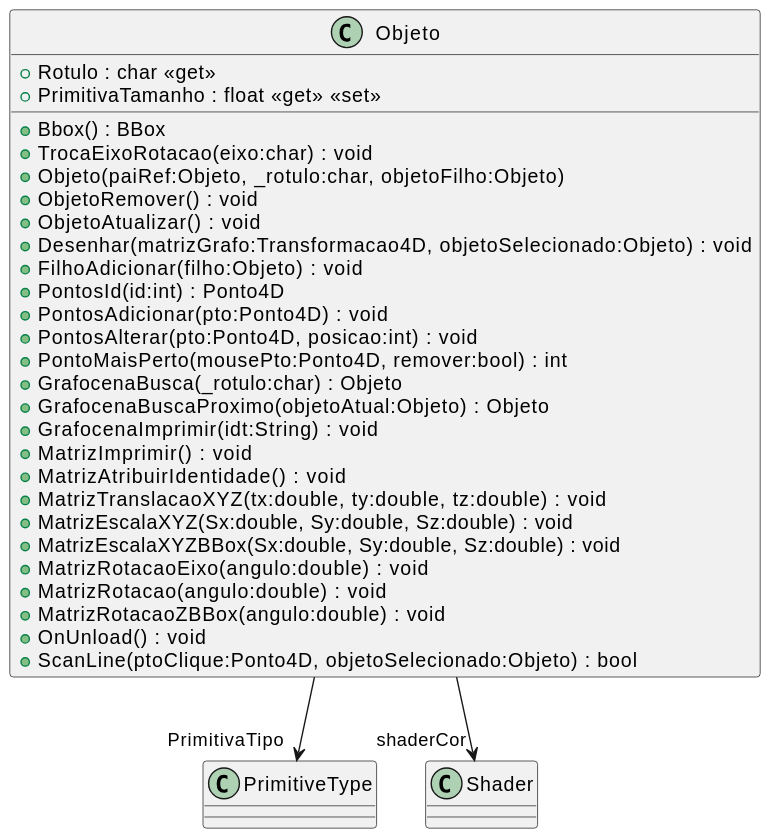
Above: svg/Unidade3/_._CG_N3/plantuml/Objeto.svg in majutestoni/disciplina_CG_2025_1 (PlantUML), before the change.
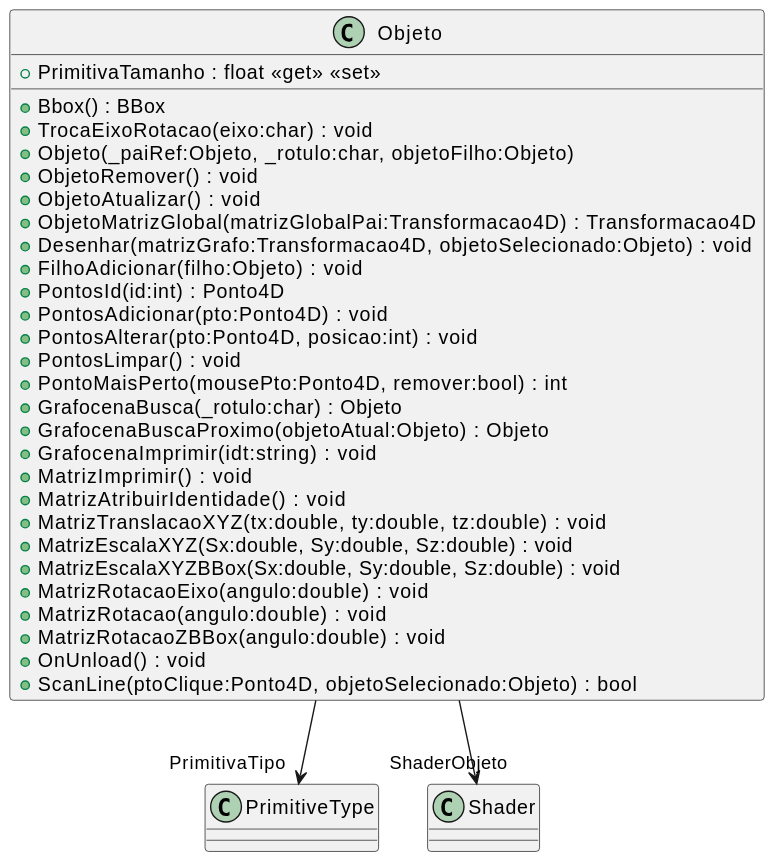
The same diagram one commit later.

The edit, as a diff of the source:
```diff
@@ -1,21 +1,22 @@
 @startuml
 class Objeto {
-    + Rotulo : char <<get>>
     + PrimitivaTamanho : float <<get>> <<set>>
     + Bbox() : BBox
     + TrocaEixoRotacao(eixo:char) : void
-    + Objeto(paiRef:Objeto, _rotulo:char, objetoFilho:Objeto)
+    + Objeto(_paiRef:Objeto, _rotulo:char, objetoFilho:Objeto)
     + ObjetoRemover() : void
     + ObjetoAtualizar() : void
+    + ObjetoMatrizGlobal(matrizGlobalPai:Transformacao4D) : Transformacao4D
     + Desenhar(matrizGrafo:Transformacao4D, objetoSelecionado:Objeto) : void
     + FilhoAdicionar(filho:Objeto) : void
     + PontosId(id:int) : Ponto4D
     + PontosAdicionar(pto:Ponto4D) : void
     + PontosAlterar(pto:Ponto4D, posicao:int) : void
+    + PontosLimpar() : void
     + PontoMaisPerto(mousePto:Ponto4D, remover:bool) : int
     + GrafocenaBusca(_rotulo:char) : Objeto
     + GrafocenaBuscaProximo(objetoAtual:Objeto) : Objeto
-    + GrafocenaImprimir(idt:String) : void
+    + GrafocenaImprimir(idt:string) : void
     + MatrizImprimir() : void
     + MatrizAtribuirIdentidade() : void
     + MatrizTranslacaoXYZ(tx:double, ty:double, tz:double) : void
@@ -28,5 +29,5 @@
     + ScanLine(ptoClique:Ponto4D, objetoSelecionado:Objeto) : bool
 }
 Objeto --> "PrimitivaTipo" PrimitiveType
-Objeto --> "shaderCor" Shader
+Objeto --> "ShaderObjeto" Shader
 @enduml
```
